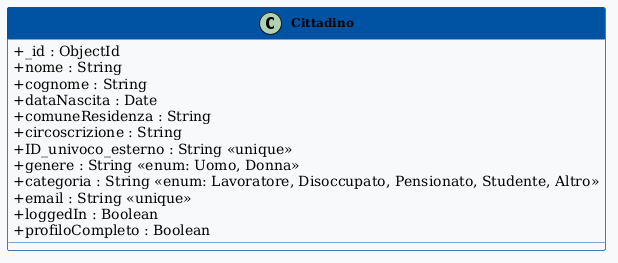
The PlantUML diagram deliverable_3/diagrams/Cittadino.png in ErnestoBeltrami/Ingegneria_Software, before a commit.
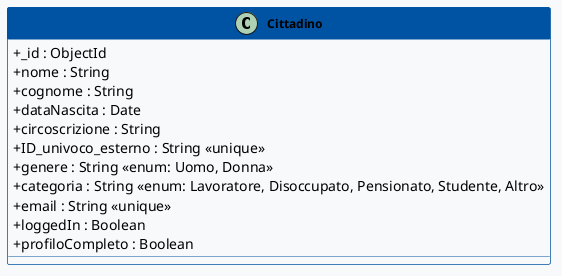
Above is the later version.

Change to the diagram source:
```diff
@@ -13,7 +13,6 @@
   + nome : String
   + cognome : String
   + dataNascita : Date
-  + comuneResidenza : String
   + circoscrizione : String
   + ID_univoco_esterno : String <<unique>>
   + genere : String <<enum: Uomo, Donna>>
```
